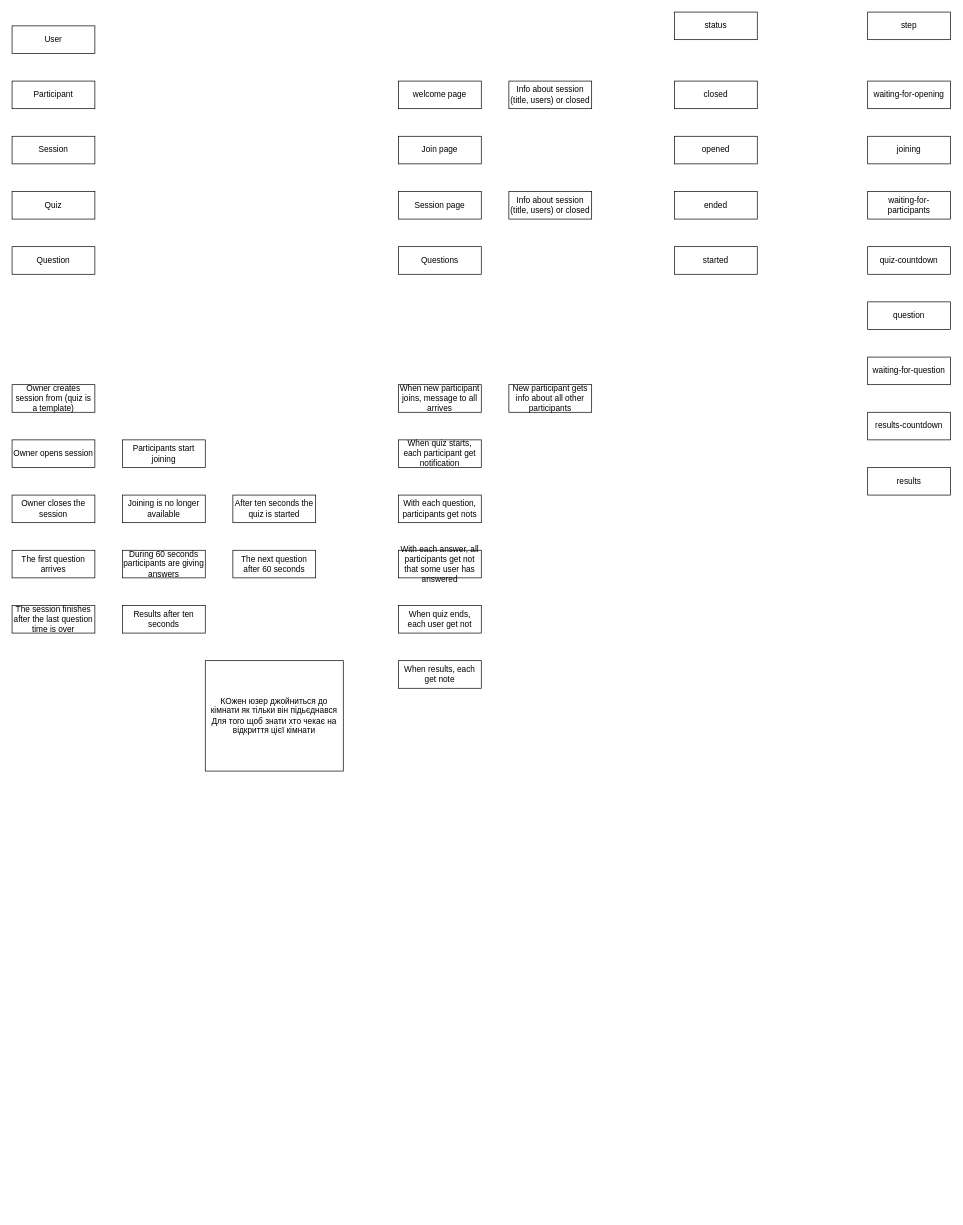
The draw.io diagram quizzer.drawio in GeorgeShvab/diagrams, before the edit. Source tidied: cells renumbered, new cells numbered last; positions are measured from the earlier drawing's top-left corner, leaving out a move shared by most shapes. Both pictures are drawn from the tidied source at 69%, with x=0, y=0 at pixel (12, 12).
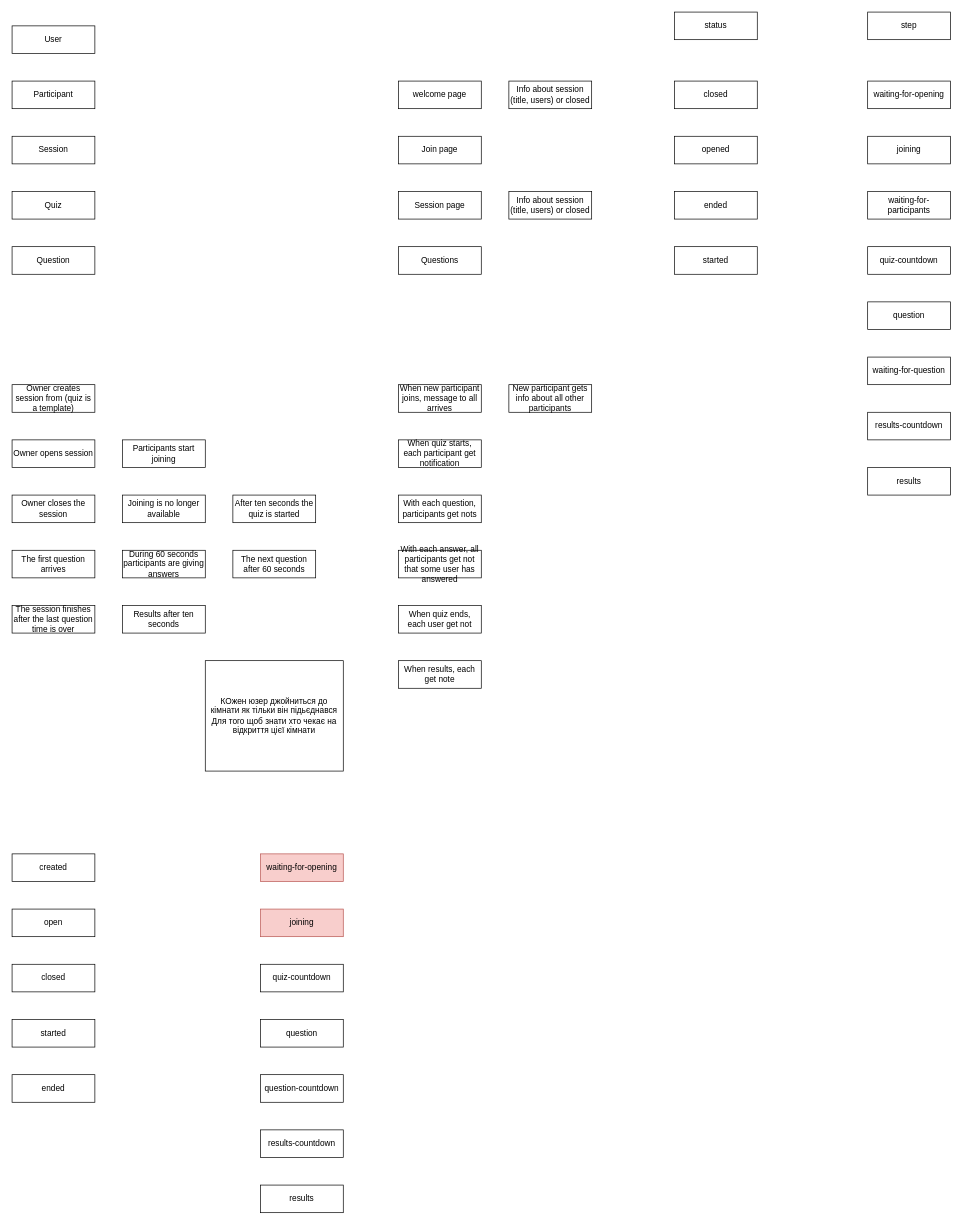
The same page after the edit.

Diff of the diagram source:
```diff
@@
+    <mxCell id="46" value="created" style="rounded=0;whiteSpace=wrap;html=1;" parent="1" vertex="1">
+      <mxGeometry y="1220" width="120" height="40" as="geometry" />
+    </mxCell>
+    <mxCell id="47" value="open" style="rounded=0;whiteSpace=wrap;html=1;" parent="1" vertex="1">
+      <mxGeometry y="1300" width="120" height="40" as="geometry" />
+    </mxCell>
+    <mxCell id="48" value="closed" style="rounded=0;whiteSpace=wrap;html=1;" parent="1" vertex="1">
+      <mxGeometry y="1380" width="120" height="40" as="geometry" />
+    </mxCell>
+    <mxCell id="49" value="started" style="rounded=0;whiteSpace=wrap;html=1;" parent="1" vertex="1">
+      <mxGeometry y="1460" width="120" height="40" as="geometry" />
+    </mxCell>
+    <mxCell id="50" value="ended" style="rounded=0;whiteSpace=wrap;html=1;" parent="1" vertex="1">
+      <mxGeometry y="1540" width="120" height="40" as="geometry" />
+    </mxCell>
+    <mxCell id="51" value="waiting-for-opening" style="rounded=0;whiteSpace=wrap;html=1;fillColor=#f8cecc;strokeColor=#b85450;" parent="1" vertex="1">
+      <mxGeometry x="360" y="1220" width="120" height="40" as="geometry" />
+    </mxCell>
+    <mxCell id="52" value="joining" style="rounded=0;whiteSpace=wrap;html=1;fillColor=#f8cecc;strokeColor=#b85450;" parent="1" vertex="1">
+      <mxGeometry x="360" y="1300" width="120" height="40" as="geometry" />
+    </mxCell>
+    <mxCell id="53" value="quiz-countdown" style="rounded=0;whiteSpace=wrap;html=1;" parent="1" vertex="1">
+      <mxGeometry x="360" y="1380" width="120" height="40" as="geometry" />
+    </mxCell>
+    <mxCell id="54" value="question" style="rounded=0;whiteSpace=wrap;html=1;" parent="1" vertex="1">
+      <mxGeometry x="360" y="1460" width="120" height="40" as="geometry" />
+    </mxCell>
+    <mxCell id="55" value="question-countdown" style="rounded=0;whiteSpace=wrap;html=1;" parent="1" vertex="1">
+      <mxGeometry x="360" y="1540" width="120" height="40" as="geometry" />
+    </mxCell>
+    <mxCell id="56" value="results-countdown" style="rounded=0;whiteSpace=wrap;html=1;" parent="1" vertex="1">
+      <mxGeometry x="360" y="1620" width="120" height="40" as="geometry" />
+    </mxCell>
+    <mxCell id="57" value="results" style="rounded=0;whiteSpace=wrap;html=1;" parent="1" vertex="1">
+      <mxGeometry x="360" y="1700" width="120" height="40" as="geometry" />
+    </mxCell>
```
